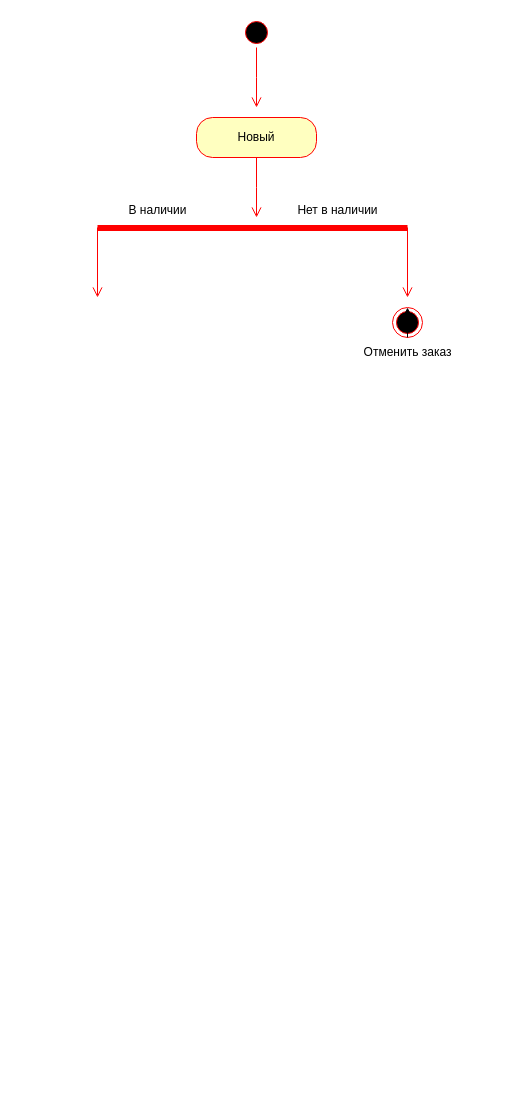
The draw.io diagram uml-2.drawio in Nguyen1337/UML, before the edit. Source tidied: cells renumbered, new cells numbered last; positions are measured from the earlier drawing's top-left corner, leaving out a move shared by most shapes. Both pictures are drawn from the tidied source at 100%, with x=0, y=0 at pixel (97, 17).
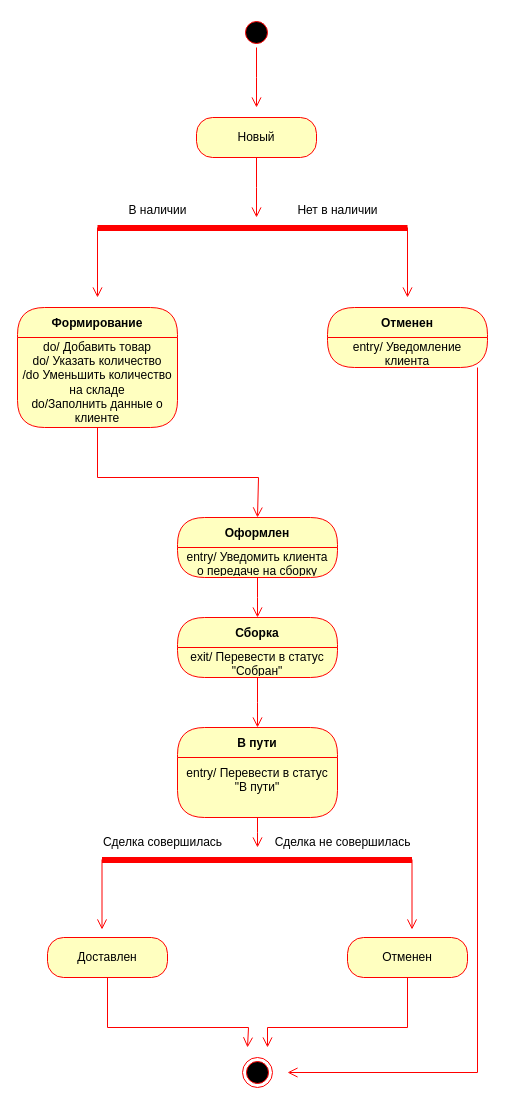
The same page after the edit.

Change to the diagram source:
```diff
@@
-    <mxCell id="11" style="ellipse;html=1;shape=endState;fillColor=#000000;strokeColor=#ff0000;" parent="1" vertex="1">
-      <mxGeometry x="295" y="290" width="30" height="30" as="geometry" />
-    </mxCell>
-    <mxCell id="12" style="edgeStyle=orthogonalEdgeStyle;rounded=0;orthogonalLoop=1;jettySize=auto;html=1;exitX=0.5;exitY=1;exitDx=0;exitDy=0;entryX=0.5;entryY=0;entryDx=0;entryDy=0;" parent="1" edge="1" source="11" target="11">
-      <mxGeometry relative="1" as="geometry" />
-    </mxCell>
-    <mxCell id="13" value="Отменить заказ" style="text;html=1;align=center;verticalAlign=middle;strokeColor=none;fillColor=none;" parent="1" vertex="1">
-      <mxGeometry x="255" y="320" width="110" height="30" as="geometry" />
-    </mxCell>
+    <mxCell id="14" value="Отменен" style="swimlane;fontStyle=1;align=center;verticalAlign=middle;horizontal=1;startSize=30;fontColor=#000000;rounded=1;arcSize=30;strokeColor=#ff0000;fillColor=#ffffc0;swimlaneFillColor=#ffffc0;" parent="1" vertex="1">
+      <mxGeometry x="230" y="290" width="160" height="60" as="geometry" />
+    </mxCell>
+    <mxCell id="15" value="entry/ Уведомление клиента" style="text;html=1;strokeColor=none;fillColor=none;align=center;verticalAlign=middle;spacingLeft=4;spacingRight=4;whiteSpace=wrap;overflow=hidden;fontColor=#000000;" parent="14" vertex="1">
+      <mxGeometry y="30" width="160" height="30" as="geometry" />
+    </mxCell>
+    <mxCell id="16" value="Формирование" style="swimlane;fontStyle=1;align=center;verticalAlign=middle;horizontal=1;startSize=30;fontColor=#000000;rounded=1;arcSize=30;strokeColor=#ff0000;fillColor=#ffffc0;swimlaneFillColor=#ffffc0;" parent="1" vertex="1">
+      <mxGeometry x="-80" y="290" width="160" height="120" as="geometry" />
+    </mxCell>
+    <mxCell id="17" value="do/ Добавить товар&lt;div&gt;do/ Указать количество&lt;/div&gt;&lt;div&gt;/do Уменьшить количество на складе&lt;/div&gt;&lt;div&gt;do/Заполнить данные о клиенте&lt;/div&gt;" style="text;html=1;strokeColor=none;fillColor=none;align=center;verticalAlign=middle;spacingLeft=4;spacingRight=4;whiteSpace=wrap;overflow=hidden;fontColor=#000000;" parent="16" vertex="1">
+      <mxGeometry y="30" width="160" height="90" as="geometry" />
+    </mxCell>
+    <mxCell id="18" style="edgeStyle=orthogonalEdgeStyle;html=1;verticalAlign=bottom;endArrow=open;endSize=8;strokeColor=#ff0000;rounded=0;" parent="1" edge="1" source="16">
+      <mxGeometry relative="1" as="geometry">
+        <mxPoint x="160" y="500" as="targetPoint" />
+        <Array as="points">
+          <mxPoint y="460" />
+          <mxPoint x="161" y="460" />
+        </Array>
+      </mxGeometry>
+    </mxCell>
+    <mxCell id="19" value="Оформлен" style="swimlane;fontStyle=1;align=center;verticalAlign=middle;horizontal=1;startSize=30;fontColor=#000000;rounded=1;arcSize=30;strokeColor=#ff0000;fillColor=#ffffc0;swimlaneFillColor=#ffffc0;" parent="1" vertex="1">
+      <mxGeometry x="80" y="500" width="160" height="60" as="geometry" />
+    </mxCell>
+    <mxCell id="20" value="entry/ Уведомить клиента о передаче на сборку" style="text;html=1;strokeColor=none;fillColor=none;align=center;verticalAlign=middle;spacingLeft=4;spacingRight=4;whiteSpace=wrap;overflow=hidden;fontColor=#000000;" parent="19" vertex="1">
+      <mxGeometry y="30" width="160" height="30" as="geometry" />
+    </mxCell>
+    <mxCell id="21" style="edgeStyle=orthogonalEdgeStyle;html=1;verticalAlign=bottom;endArrow=open;endSize=8;strokeColor=#ff0000;rounded=0;" parent="1" edge="1" source="19">
+      <mxGeometry relative="1" as="geometry">
+        <mxPoint x="160" y="600" as="targetPoint" />
+      </mxGeometry>
+    </mxCell>
+    <mxCell id="22" value="Сборка" style="swimlane;fontStyle=1;align=center;verticalAlign=middle;horizontal=1;startSize=30;fontColor=#000000;rounded=1;arcSize=30;strokeColor=#ff0000;fillColor=#ffffc0;swimlaneFillColor=#ffffc0;" parent="1" vertex="1">
+      <mxGeometry x="80" y="600" width="160" height="60" as="geometry" />
+    </mxCell>
+    <mxCell id="23" value="exit/ Перевести в статус &quot;Собран&quot;" style="text;html=1;strokeColor=none;fillColor=none;align=center;verticalAlign=middle;spacingLeft=4;spacingRight=4;whiteSpace=wrap;overflow=hidden;fontColor=#000000;" parent="22" vertex="1">
+      <mxGeometry y="30" width="160" height="30" as="geometry" />
+    </mxCell>
+    <mxCell id="24" style="edgeStyle=orthogonalEdgeStyle;html=1;verticalAlign=bottom;endArrow=open;endSize=8;strokeColor=#ff0000;rounded=0;" parent="1" edge="1" source="22">
+      <mxGeometry relative="1" as="geometry">
+        <mxPoint x="160" y="710" as="targetPoint" />
+      </mxGeometry>
+    </mxCell>
+    <mxCell id="25" value="В пути" style="swimlane;fontStyle=1;align=center;verticalAlign=middle;horizontal=1;startSize=30;fontColor=#000000;rounded=1;arcSize=30;strokeColor=#ff0000;fillColor=#ffffc0;swimlaneFillColor=#ffffc0;" parent="1" vertex="1">
+      <mxGeometry x="80" y="710" width="160" height="90" as="geometry" />
+    </mxCell>
+    <mxCell id="26" value="entry/ Перевести в статус &quot;В пути&quot;&lt;div&gt;&lt;div&gt;&lt;div&gt;&lt;br&gt;&lt;/div&gt;&lt;/div&gt;&lt;/div&gt;" style="text;html=1;strokeColor=none;fillColor=none;align=center;verticalAlign=middle;spacingLeft=4;spacingRight=4;whiteSpace=wrap;overflow=hidden;fontColor=#000000;" parent="25" vertex="1">
+      <mxGeometry y="30" width="160" height="60" as="geometry" />
+    </mxCell>
+    <mxCell id="27" style="edgeStyle=orthogonalEdgeStyle;html=1;verticalAlign=bottom;endArrow=open;endSize=8;strokeColor=#ff0000;rounded=0;" parent="1" edge="1" source="25">
+      <mxGeometry relative="1" as="geometry">
+        <mxPoint x="160" y="830" as="targetPoint" />
+      </mxGeometry>
+    </mxCell>
+    <mxCell id="28" value="&lt;div&gt;&lt;/div&gt;" style="shape=line;html=1;strokeWidth=6;strokeColor=#ff0000;" parent="1" vertex="1">
+      <mxGeometry x="4.5" y="842" width="310" height="1" as="geometry" />
+    </mxCell>
+    <mxCell id="29" style="edgeStyle=orthogonalEdgeStyle;html=1;verticalAlign=bottom;endArrow=open;endSize=8;strokeColor=#ff0000;rounded=0;" parent="1" edge="1">
+      <mxGeometry relative="1" as="geometry">
+        <mxPoint x="314.5" y="842" as="sourcePoint" />
+        <mxPoint x="314.5" y="912" as="targetPoint" />
+      </mxGeometry>
+    </mxCell>
+    <mxCell id="30" style="edgeStyle=orthogonalEdgeStyle;html=1;verticalAlign=bottom;endArrow=open;endSize=8;strokeColor=#ff0000;rounded=0;" parent="1" edge="1">
+      <mxGeometry relative="1" as="geometry">
+        <mxPoint x="4.5" y="842" as="sourcePoint" />
+        <mxPoint x="4.5" y="912" as="targetPoint" />
+        <Array as="points">
+          <mxPoint x="4.5" y="912" />
+        </Array>
+      </mxGeometry>
+    </mxCell>
+    <mxCell id="31" value="Сделка совершилась" style="text;html=1;align=center;verticalAlign=middle;strokeColor=none;fillColor=none;" parent="1" vertex="1">
+      <mxGeometry x="-5.5" y="810" width="140" height="30" as="geometry" />
+    </mxCell>
+    <mxCell id="32" value="Сделка не совершилась" style="text;html=1;align=center;verticalAlign=middle;strokeColor=none;fillColor=none;" parent="1" vertex="1">
+      <mxGeometry x="164.5" y="810" width="160" height="30" as="geometry" />
+    </mxCell>
+    <mxCell id="33" value="Доставлен" style="rounded=1;whiteSpace=wrap;html=1;arcSize=40;fontColor=#000000;fillColor=#ffffc0;strokeColor=#ff0000;" parent="1" vertex="1">
+      <mxGeometry x="-50" y="920" width="120" height="40" as="geometry" />
+    </mxCell>
+    <mxCell id="34" style="edgeStyle=orthogonalEdgeStyle;html=1;verticalAlign=bottom;endArrow=open;endSize=8;strokeColor=#ff0000;rounded=0;" parent="1" edge="1" source="33">
+      <mxGeometry relative="1" as="geometry">
+        <mxPoint x="150" y="1030" as="targetPoint" />
+        <Array as="points">
+          <mxPoint x="10" y="1010" />
+          <mxPoint x="151" y="1010" />
+        </Array>
+      </mxGeometry>
+    </mxCell>
+    <mxCell id="35" value="Отменен" style="rounded=1;whiteSpace=wrap;html=1;arcSize=40;fontColor=#000000;fillColor=#ffffc0;strokeColor=#ff0000;" parent="1" vertex="1">
+      <mxGeometry x="250" y="920" width="120" height="40" as="geometry" />
+    </mxCell>
+    <mxCell id="36" style="edgeStyle=orthogonalEdgeStyle;html=1;verticalAlign=bottom;endArrow=open;endSize=8;strokeColor=#ff0000;rounded=0;" parent="1" edge="1" source="35">
+      <mxGeometry relative="1" as="geometry">
+        <mxPoint x="170" y="1030" as="targetPoint" />
+        <Array as="points">
+          <mxPoint x="310" y="1010" />
+        </Array>
+      </mxGeometry>
+    </mxCell>
+    <mxCell id="37" style="ellipse;html=1;shape=endState;fillColor=#000000;strokeColor=#ff0000;" parent="1" vertex="1">
+      <mxGeometry x="145" y="1040" width="30" height="30" as="geometry" />
+    </mxCell>
+    <mxCell id="38" style="edgeStyle=orthogonalEdgeStyle;html=1;verticalAlign=bottom;endArrow=open;endSize=8;strokeColor=#ff0000;rounded=0;" parent="1" edge="1">
+      <mxGeometry relative="1" as="geometry">
+        <mxPoint x="380" y="350" as="sourcePoint" />
+        <mxPoint x="190" y="1055" as="targetPoint" />
+        <Array as="points">
+          <mxPoint x="380" y="1055" />
+        </Array>
+      </mxGeometry>
+    </mxCell>
```
